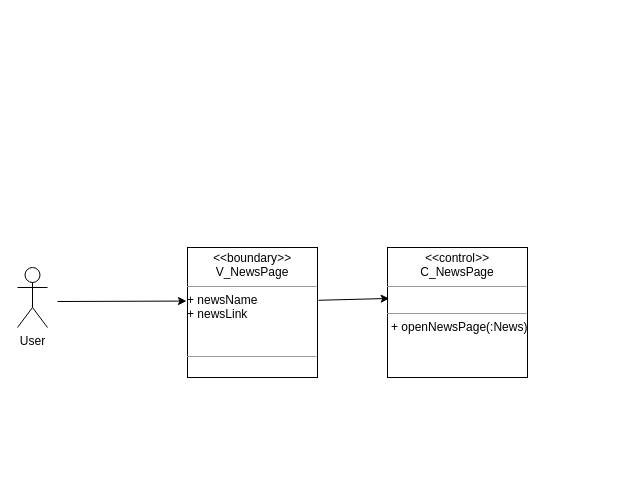
hoangminh15/PTTKHT keeps this draw.io diagram as Lop_tham_gia_Usecase/Duy's ClassUC/XemTrangTinTuc.drawio. Above is the earlier version. Source tidied: cells renumbered, new cells numbered last; positions are measured from the earlier drawing's top-left corner, leaving out a move shared by most shapes. Both pictures are drawn from the tidied source at 100%, with x=0, y=0 at pixel (17, 247).
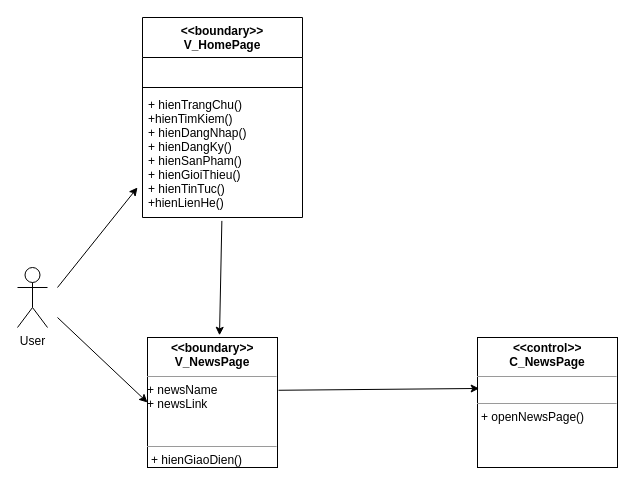
Above is the later version.

Change to the diagram source:
```diff
@@
 <mxGraphModel>
   <root>
     <mxCell id="0" />
     <mxCell id="1" parent="0" />
     <mxCell id="2" value="User" style="shape=umlActor;verticalLabelPosition=bottom;verticalAlign=top;html=1;" parent="1" vertex="1">
       <mxGeometry y="20" width="30" height="60" as="geometry" />
     </mxCell>
-    <mxCell id="3" value="&lt;p style=&quot;margin: 0px ; margin-top: 4px ; text-align: center&quot;&gt;&lt;i&gt;&amp;lt;&lt;/i&gt;&amp;lt;boundary&lt;i&gt;&amp;gt;&amp;gt;&lt;/i&gt;&lt;br&gt;V_NewsPage&lt;/p&gt;&lt;hr size=&quot;1&quot;&gt;&lt;div&gt;+ newsName&lt;/div&gt;&lt;div&gt;+ newsLink&lt;/div&gt;&lt;div&gt;&lt;br&gt;&lt;/div&gt;&lt;br&gt;&lt;hr size=&quot;1&quot;&gt;&lt;p style=&quot;margin: 0px ; margin-left: 4px&quot;&gt;&lt;br&gt;&lt;/p&gt;" style="verticalAlign=top;align=left;overflow=fill;fontSize=12;fontFamily=Helvetica;html=1;" parent="1" vertex="1">
-      <mxGeometry x="170" width="130" height="130" as="geometry" />
+    <mxCell id="3" value="&lt;p style=&quot;margin: 0px ; margin-top: 4px ; text-align: center&quot;&gt;&lt;b&gt;&lt;i&gt;&amp;lt;&lt;/i&gt;&amp;lt;boundary&lt;i&gt;&amp;gt;&amp;gt;&lt;/i&gt;&lt;br&gt;V_NewsPage&lt;/b&gt;&lt;/p&gt;&lt;hr size=&quot;1&quot;&gt;&lt;div&gt;+ newsName&lt;/div&gt;&lt;div&gt;+ newsLink&lt;/div&gt;&lt;div&gt;&lt;br&gt;&lt;/div&gt;&lt;br&gt;&lt;hr size=&quot;1&quot;&gt;&lt;p style=&quot;margin: 0px ; margin-left: 4px&quot;&gt;+ hienGiaoDien()&lt;/p&gt;" style="verticalAlign=top;align=left;overflow=fill;fontSize=12;fontFamily=Helvetica;html=1;" parent="1" vertex="1">
+      <mxGeometry x="130" y="90" width="130" height="130" as="geometry" />
     </mxCell>
-    <mxCell id="4" value="&lt;p style=&quot;margin: 0px ; margin-top: 4px ; text-align: center&quot;&gt;&lt;i&gt;&amp;lt;&lt;/i&gt;&amp;lt;control&lt;i&gt;&amp;gt;&amp;gt;&lt;/i&gt;&lt;br&gt;C_NewsPage&lt;/p&gt;&lt;hr size=&quot;1&quot;&gt;&lt;br&gt;&lt;hr size=&quot;1&quot;&gt;&lt;p style=&quot;margin: 0px ; margin-left: 4px&quot;&gt;+ openNewsPage(:News)&lt;br&gt;&lt;br&gt;&lt;/p&gt;" style="verticalAlign=top;align=left;overflow=fill;fontSize=12;fontFamily=Helvetica;html=1;" parent="1" vertex="1">
-      <mxGeometry x="370" width="140" height="130" as="geometry" />
+    <mxCell id="4" value="&lt;p style=&quot;margin: 0px ; margin-top: 4px ; text-align: center&quot;&gt;&lt;b&gt;&lt;i&gt;&amp;lt;&lt;/i&gt;&amp;lt;control&lt;i&gt;&amp;gt;&amp;gt;&lt;/i&gt;&lt;br&gt;C_NewsPage&lt;/b&gt;&lt;/p&gt;&lt;hr size=&quot;1&quot;&gt;&lt;br&gt;&lt;hr size=&quot;1&quot;&gt;&lt;p style=&quot;margin: 0px ; margin-left: 4px&quot;&gt;+ openNewsPage()&lt;br&gt;&lt;br&gt;&lt;/p&gt;" style="verticalAlign=top;align=left;overflow=fill;fontSize=12;fontFamily=Helvetica;html=1;" parent="1" vertex="1">
+      <mxGeometry x="460" y="90" width="140" height="130" as="geometry" />
     </mxCell>
     <mxCell id="5" style="endArrow=classic;html=1;exitX=1.008;exitY=0.406;exitDx=0;exitDy=0;exitPerimeter=0;entryX=0.012;entryY=0.392;entryDx=0;entryDy=0;entryPerimeter=0;" parent="1" edge="1" source="3" target="4">
       <mxGeometry relative="1" as="geometry" />
     </mxCell>
-    <mxCell id="6" style="endArrow=classic;html=1;entryX=-0.008;entryY=0.412;entryDx=0;entryDy=0;entryPerimeter=0;" parent="1" edge="1" target="3">
+    <mxCell id="6" style="endArrow=classic;html=1;entryX=0;entryY=0.5;entryDx=0;entryDy=0;" parent="1" edge="1" target="3">
       <mxGeometry relative="1" as="geometry">
-        <mxPoint x="40" y="54" as="sourcePoint" />
+        <mxPoint x="40" y="70" as="sourcePoint" />
       </mxGeometry>
     </mxCell>
+    <mxCell id="7" value="&lt;&lt;boundary&gt;&gt;&#10;V_HomePage" style="swimlane;fontStyle=1;align=center;verticalAlign=top;horizontal=1;startSize=40;" parent="1" vertex="1">
+      <mxGeometry x="125" y="-230" width="160" height="200" as="geometry" />
+    </mxCell>
+    <mxCell id="8" value="  " style="text;strokeColor=none;fillColor=none;align=left;verticalAlign=top;spacingLeft=4;spacingRight=4;overflow=hidden;" parent="7" vertex="1">
+      <mxGeometry y="40" width="160" height="26" as="geometry" />
+    </mxCell>
+    <mxCell id="9" style="line;strokeWidth=1;fillColor=none;align=left;verticalAlign=middle;spacingTop=-1;spacingLeft=3;spacingRight=3;labelPosition=right;" parent="7" vertex="1">
+      <mxGeometry y="66" width="160" height="8" as="geometry" />
+    </mxCell>
+    <mxCell id="10" value="+ hienTrangChu()&#10;+hienTimKiem()&#10;+ hienDangNhap()&#10;+ hienDangKy()&#10;+ hienSanPham()&#10;+ hienGioiThieu()&#10;+ hienTinTuc()&#10;+hienLienHe()" style="text;strokeColor=none;fillColor=none;align=left;verticalAlign=top;spacingLeft=4;spacingRight=4;overflow=hidden;points=[[0,0.5],[1,0.5]];portConstraint=eastwest;" parent="7" vertex="1">
+      <mxGeometry y="74" width="160" height="126" as="geometry" />
+    </mxCell>
+    <mxCell id="11" style="endArrow=classic;html=1;" parent="1" edge="1">
+      <mxGeometry relative="1" as="geometry">
+        <mxPoint x="40" y="40" as="sourcePoint" />
+        <mxPoint x="120" y="-60" as="targetPoint" />
+      </mxGeometry>
+    </mxCell>
+    <mxCell id="12" style="endArrow=classic;html=1;entryX=0.554;entryY=-0.017;entryDx=0;entryDy=0;exitX=0.496;exitY=1.027;exitDx=0;exitDy=0;exitPerimeter=0;entryPerimeter=0;" parent="1" edge="1" source="10" target="3">
+      <mxGeometry relative="1" as="geometry" />
+    </mxCell>
   </root>
 </mxGraphModel>
```
